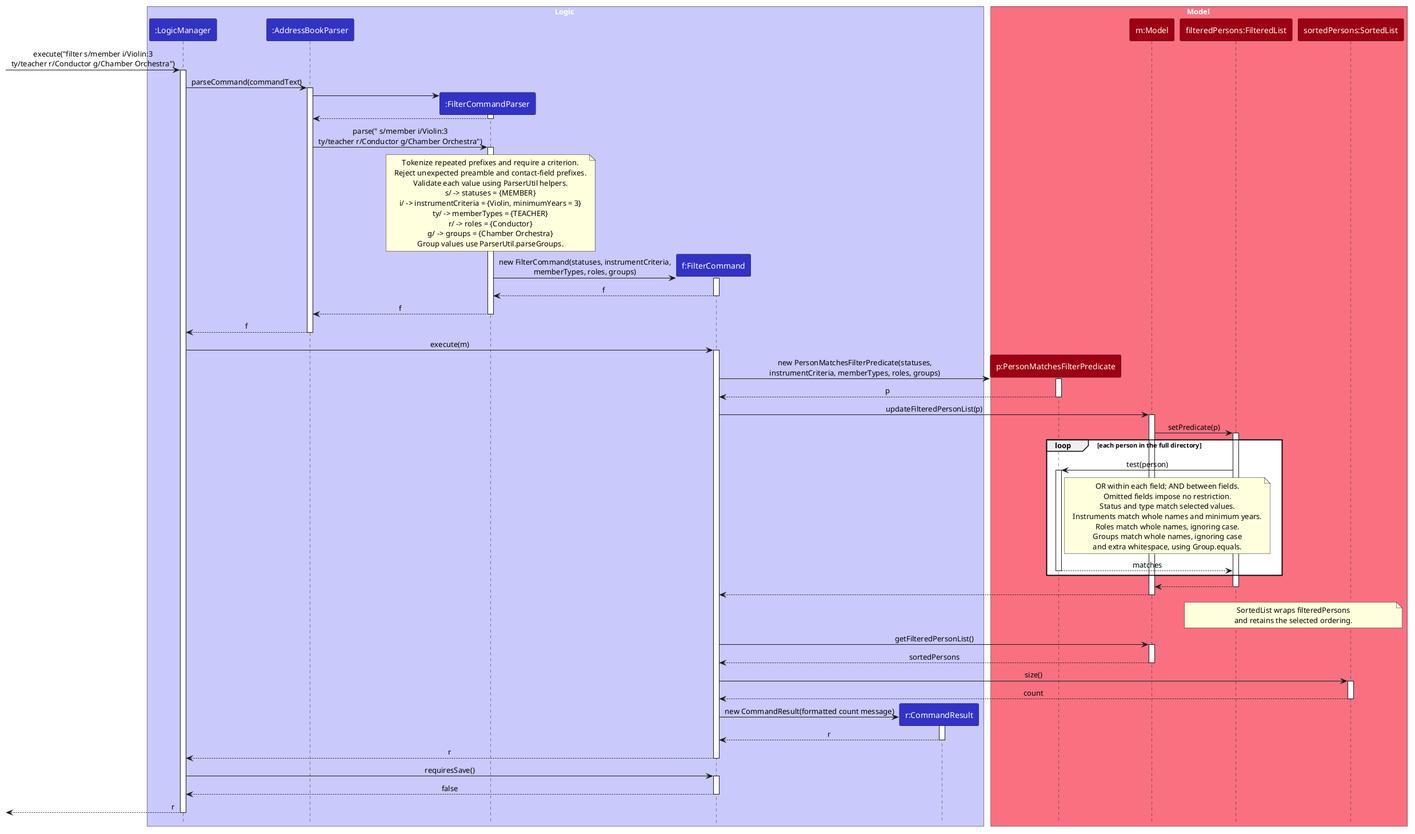
The PlantUML diagram docs/images/FilterSequenceDiagram.png in AY2627S1-CS2103T-T10-3/tp, before a commit.
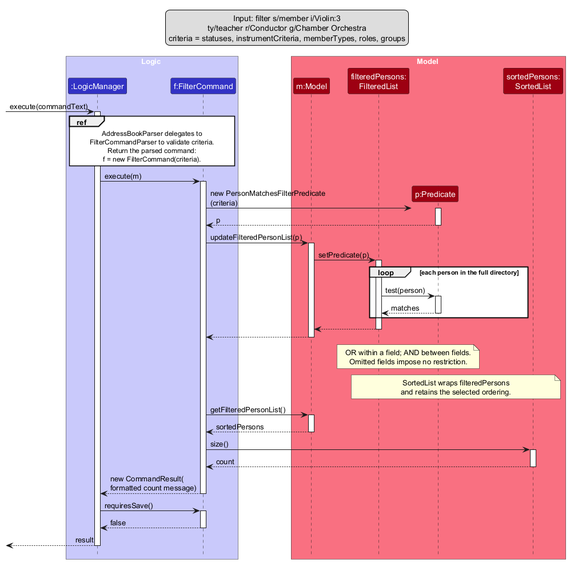
After the commit.

The edit, as a diff of the source:
```diff
@@ -1,62 +1,46 @@
 @startuml
 !include style.puml
 skinparam ArrowFontStyle plain
+skinparam sequenceMessageAlign left
+skinparam sequenceReferenceBackgroundColor #FFFFFF
+skinparam BoxPadding 10
+<style>
+participant {
+    Padding 5
+}
+</style>
 
 box Logic LOGIC_COLOR_T1
 participant ":LogicManager" as LogicManager LOGIC_COLOR
-participant ":AddressBookParser" as AddressBookParser LOGIC_COLOR
-participant ":FilterCommandParser" as FilterCommandParser LOGIC_COLOR
 participant "f:FilterCommand" as FilterCommand LOGIC_COLOR
-participant "r:CommandResult" as CommandResult LOGIC_COLOR
 end box
 
 box Model MODEL_COLOR_T1
-participant "p:PersonMatchesFilterPredicate" as Predicate MODEL_COLOR
 participant "m:Model" as Model MODEL_COLOR
-participant "filteredPersons:FilteredList" as FilteredList MODEL_COLOR
-participant "sortedPersons:SortedList" as SortedList MODEL_COLOR
+participant "filteredPersons:\nFilteredList" as FilteredList MODEL_COLOR
+participant "p:Predicate" as Predicate MODEL_COLOR
+participant "sortedPersons:\nSortedList" as SortedList MODEL_COLOR
 end box
 
-[-> LogicManager : execute("filter s/member i/Violin:3\nty/teacher r/Conductor g/Chamber Orchestra")
+legend top
+Input: filter s/member i/Violin:3
+ty/teacher r/Conductor g/Chamber Orchestra
+criteria = statuses, instrumentCriteria, memberTypes, roles, groups
+endlegend
+
+[-> LogicManager : execute(commandText)
 activate LogicManager
-LogicManager -> AddressBookParser : parseCommand(commandText)
-activate AddressBookParser
-
-create FilterCommandParser
-AddressBookParser -> FilterCommandParser
-activate FilterCommandParser
-FilterCommandParser --> AddressBookParser
-deactivate FilterCommandParser
-
-AddressBookParser -> FilterCommandParser : parse(" s/member i/Violin:3\nty/teacher r/Conductor g/Chamber Orchestra")
-activate FilterCommandParser
-note over FilterCommandParser
-Tokenize repeated prefixes and require a criterion.
-Reject unexpected preamble and contact-field prefixes.
-Validate each value using ParserUtil helpers.
-s/ -> statuses = {MEMBER}
-i/ -> instrumentCriteria = {Violin, minimumYears = 3}
-ty/ -> memberTypes = {TEACHER}
-r/ -> roles = {Conductor}
-g/ -> groups = {Chamber Orchestra}
-Group values use ParserUtil.parseGroups.
-end note
-
-create FilterCommand
-FilterCommandParser -> FilterCommand : new FilterCommand(statuses, instrumentCriteria,\nmemberTypes, roles, groups)
-activate FilterCommand
-FilterCommand --> FilterCommandParser : f
-deactivate FilterCommand
-FilterCommandParser --> AddressBookParser : f
-deactivate FilterCommandParser
-AddressBookParser --> LogicManager : f
-deactivate AddressBookParser
+ref over LogicManager, FilterCommand
+AddressBookParser delegates to
+FilterCommandParser to validate criteria.
+Return the parsed command:
+f = new FilterCommand(criteria).
+end ref
 
 LogicManager -> FilterCommand : execute(m)
 activate FilterCommand
-
 create Predicate
-FilterCommand -> Predicate : new PersonMatchesFilterPredicate(statuses,\ninstrumentCriteria, memberTypes, roles, groups)
+FilterCommand -> Predicate : new PersonMatchesFilterPredicate\n(criteria)
 activate Predicate
 Predicate --> FilterCommand : p
 deactivate Predicate
@@ -68,15 +52,6 @@
 loop each person in the full directory
     FilteredList -> Predicate : test(person)
     activate Predicate
-    note right of Predicate
-    OR within each field; AND between fields.
-    Omitted fields impose no restriction.
-    Status and type match selected values.
-    Instruments match whole names and minimum years.
-    Roles match whole names, ignoring case.
-    Groups match whole names, ignoring case
-    and extra whitespace, using Group.equals.
-    end note
     Predicate --> FilteredList : matches
     deactivate Predicate
 end
@@ -85,6 +60,10 @@
 Model --> FilterCommand
 deactivate Model
 
+note over FilteredList, Predicate
+OR within a field; AND between fields.
+Omitted fields impose no restriction.
+end note
 note over FilteredList, SortedList
 SortedList wraps filteredPersons
 and retains the selected ordering.
@@ -98,18 +77,13 @@
 activate SortedList
 SortedList --> FilterCommand : count
 deactivate SortedList
+FilterCommand --> LogicManager : new CommandResult(\nformatted count message)
+deactivate FilterCommand
 
-create CommandResult
-FilterCommand -> CommandResult : new CommandResult(formatted count message)
-activate CommandResult
-CommandResult --> FilterCommand : r
-deactivate CommandResult
-FilterCommand --> LogicManager : r
-deactivate FilterCommand
 LogicManager -> FilterCommand : requiresSave()
 activate FilterCommand
 FilterCommand --> LogicManager : false
 deactivate FilterCommand
-[<-- LogicManager : r
+[<-- LogicManager : result
 deactivate LogicManager
 @enduml
```
